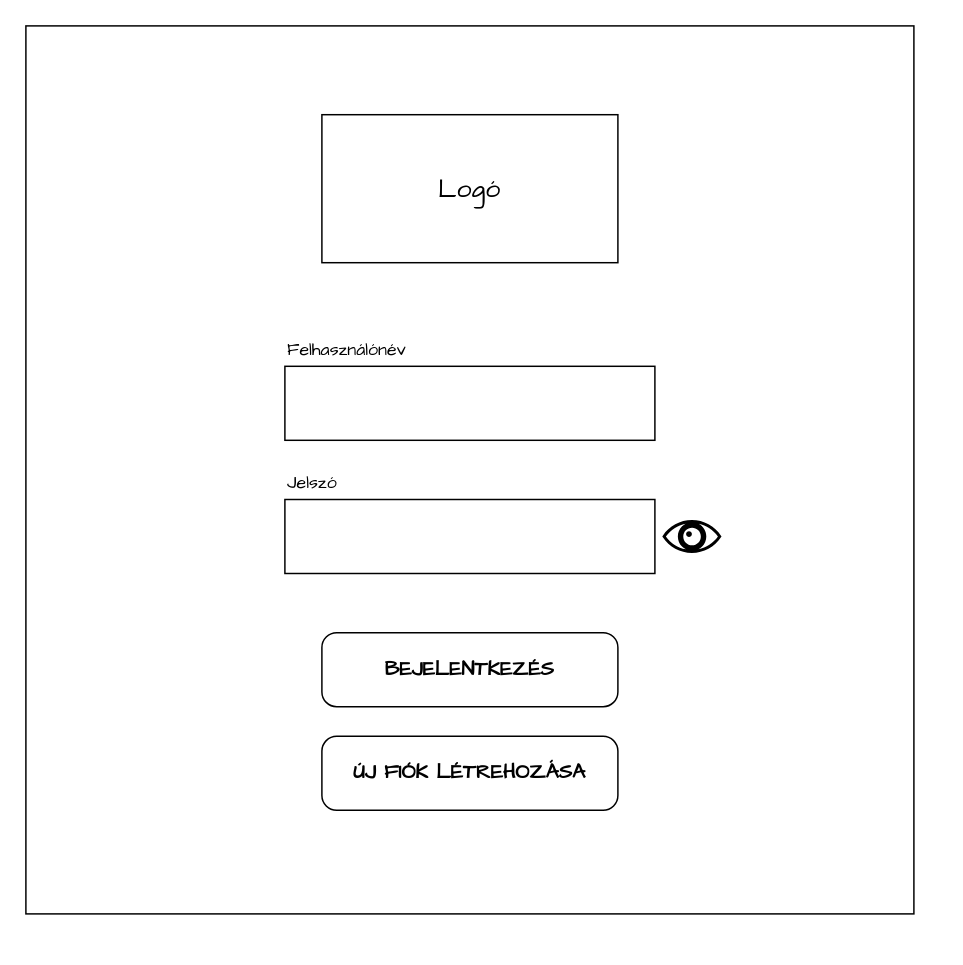
Above: wireframes_UML/Bejelentkezés wireframe.drawio in martakrisztian97/Englian (draw.io), before the change. Source tidied: cells renumbered, new cells numbered last; positions are measured from the earlier drawing's top-left corner, leaving out a move shared by most shapes. Both pictures are drawn from the tidied source at 148%, with x=0, y=0 at pixel (25, 25).
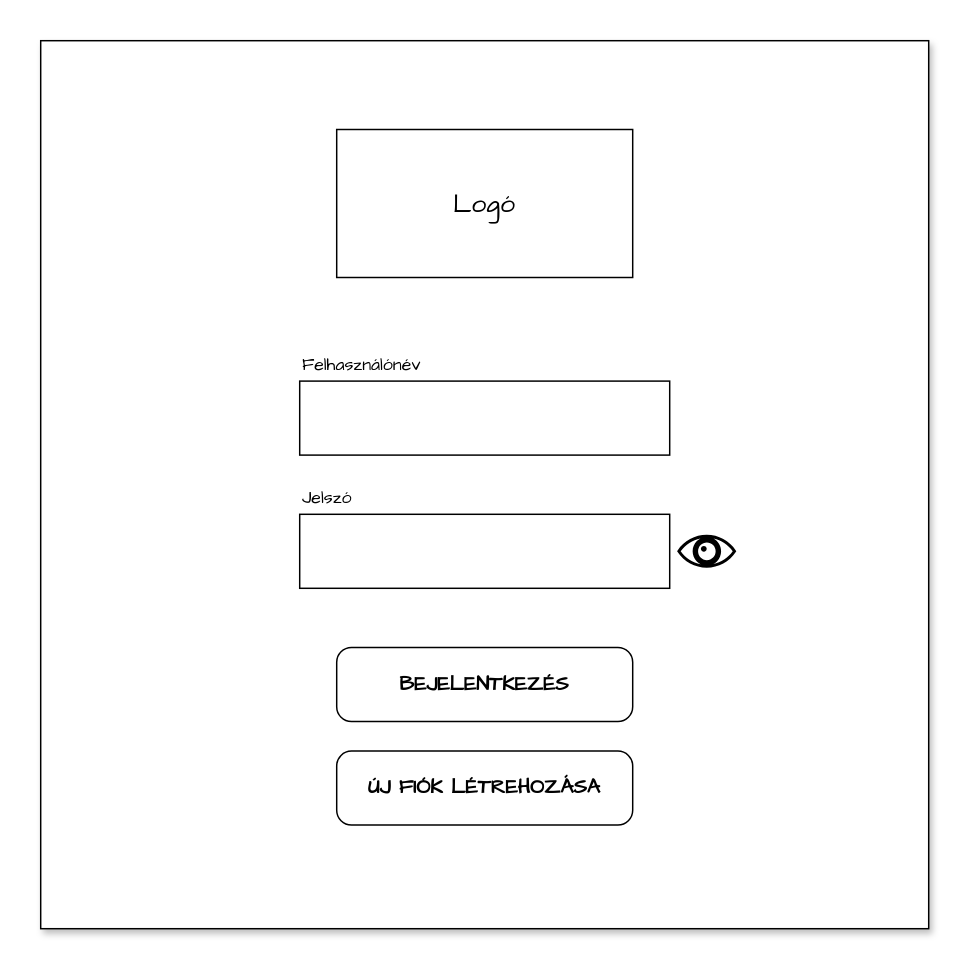
Above is the later version.

Diff of the diagram source:
```diff
@@
 <mxGraphModel>
   <root>
     <mxCell id="0" />
     <mxCell id="1" parent="0" />
+    <mxCell id="11" style="group;" parent="1" vertex="1">
+      <mxGeometry x="10" y="10" width="600" height="600" as="geometry" />
+    </mxCell>
-    <mxCell id="2" style="whiteSpace=wrap;html=1;fillColor=none;" parent="1" vertex="1">
+    <mxCell id="2" style="whiteSpace=wrap;html=1;shadow=1;" parent="11" vertex="1">
       <mxGeometry width="600" height="600" as="geometry" />
     </mxCell>
-    <mxCell id="3" value="&lt;font style=&quot;font-size: 18px;&quot;&gt;Logó&lt;/font&gt;" style="whiteSpace=wrap;html=1;fontSize=18;fontFamily=Comic Sans MS;" parent="1" vertex="1">
+    <mxCell id="3" value="&lt;font style=&quot;font-size: 18px;&quot;&gt;Logó&lt;/font&gt;" style="whiteSpace=wrap;html=1;fontSize=18;fontFamily=Comic Sans MS;" parent="11" vertex="1">
       <mxGeometry x="200" y="60" width="200" height="100" as="geometry" />
     </mxCell>
-    <mxCell id="4" style="rounded=0;whiteSpace=wrap;html=1;fontFamily=Comic Sans MS;" parent="1" vertex="1">
+    <mxCell id="4" style="rounded=0;whiteSpace=wrap;html=1;fontFamily=Comic Sans MS;" parent="11" vertex="1">
       <mxGeometry x="175" y="230" width="250" height="50" as="geometry" />
     </mxCell>
-    <mxCell id="5" value="Felhasználónév" style="text;html=1;strokeColor=none;fillColor=none;align=left;verticalAlign=middle;whiteSpace=wrap;rounded=0;fontFamily=Comic Sans MS;" parent="1" vertex="1">
+    <mxCell id="5" value="Felhasználónév" style="text;html=1;strokeColor=none;fillColor=none;align=left;verticalAlign=middle;whiteSpace=wrap;rounded=0;fontFamily=Comic Sans MS;" parent="11" vertex="1">
       <mxGeometry x="175" y="210" width="105" height="20" as="geometry" />
     </mxCell>
-    <mxCell id="6" value="Jelszó" style="text;html=1;strokeColor=none;fillColor=none;align=left;verticalAlign=middle;whiteSpace=wrap;rounded=0;fontFamily=Comic Sans MS;" parent="1" vertex="1">
+    <mxCell id="6" value="Jelszó" style="text;html=1;strokeColor=none;fillColor=none;align=left;verticalAlign=middle;whiteSpace=wrap;rounded=0;fontFamily=Comic Sans MS;" parent="11" vertex="1">
       <mxGeometry x="175" y="300" width="105" height="20" as="geometry" />
     </mxCell>
-    <mxCell id="7" style="rounded=0;whiteSpace=wrap;html=1;fontFamily=Comic Sans MS;" parent="1" vertex="1">
+    <mxCell id="7" style="rounded=0;whiteSpace=wrap;html=1;fontFamily=Comic Sans MS;" parent="11" vertex="1">
       <mxGeometry x="175" y="320" width="250" height="50" as="geometry" />
     </mxCell>
-    <mxCell id="8" style="shape=mxgraph.signs.healthcare.eye;html=1;fillColor=#000000;strokeColor=none;verticalLabelPosition=bottom;verticalAlign=top;align=center;strokeWidth=1;" parent="1" vertex="1">
+    <mxCell id="8" style="shape=mxgraph.signs.healthcare.eye;html=1;fillColor=#000000;strokeColor=none;verticalLabelPosition=bottom;verticalAlign=top;align=center;strokeWidth=1;" parent="11" vertex="1">
       <mxGeometry x="430" y="333.9" width="40" height="22.2" as="geometry" />
     </mxCell>
-    <mxCell id="9" value="BEJELENTKEZÉS" style="strokeWidth=1;shadow=0;dashed=0;align=center;html=1;shape=mxgraph.mockup.buttons.button;mainText=;buttonStyle=round;fontSize=14;fontStyle=1;fillColor=none;whiteSpace=wrap;fontFamily=Comic Sans MS;" parent="1" vertex="1">
+    <mxCell id="9" value="BEJELENTKEZÉS" style="strokeWidth=1;shadow=0;dashed=0;align=center;html=1;shape=mxgraph.mockup.buttons.button;mainText=;buttonStyle=round;fontSize=14;fontStyle=1;fillColor=none;whiteSpace=wrap;fontFamily=Comic Sans MS;" parent="11" vertex="1">
       <mxGeometry x="200" y="410" width="200" height="50" as="geometry" />
     </mxCell>
-    <mxCell id="10" value="ÚJ FIÓK LÉTREHOZÁSA" style="strokeWidth=1;shadow=0;dashed=0;align=center;html=1;shape=mxgraph.mockup.buttons.button;mainText=;buttonStyle=round;fontSize=14;fontStyle=1;fillColor=none;whiteSpace=wrap;fontFamily=Comic Sans MS;" parent="1" vertex="1">
+    <mxCell id="10" value="ÚJ FIÓK LÉTREHOZÁSA" style="strokeWidth=1;shadow=0;dashed=0;align=center;html=1;shape=mxgraph.mockup.buttons.button;mainText=;buttonStyle=round;fontSize=14;fontStyle=1;fillColor=none;whiteSpace=wrap;fontFamily=Comic Sans MS;" parent="11" vertex="1">
       <mxGeometry x="200" y="480" width="200" height="50" as="geometry" />
     </mxCell>
   </root>
 </mxGraphModel>
```
